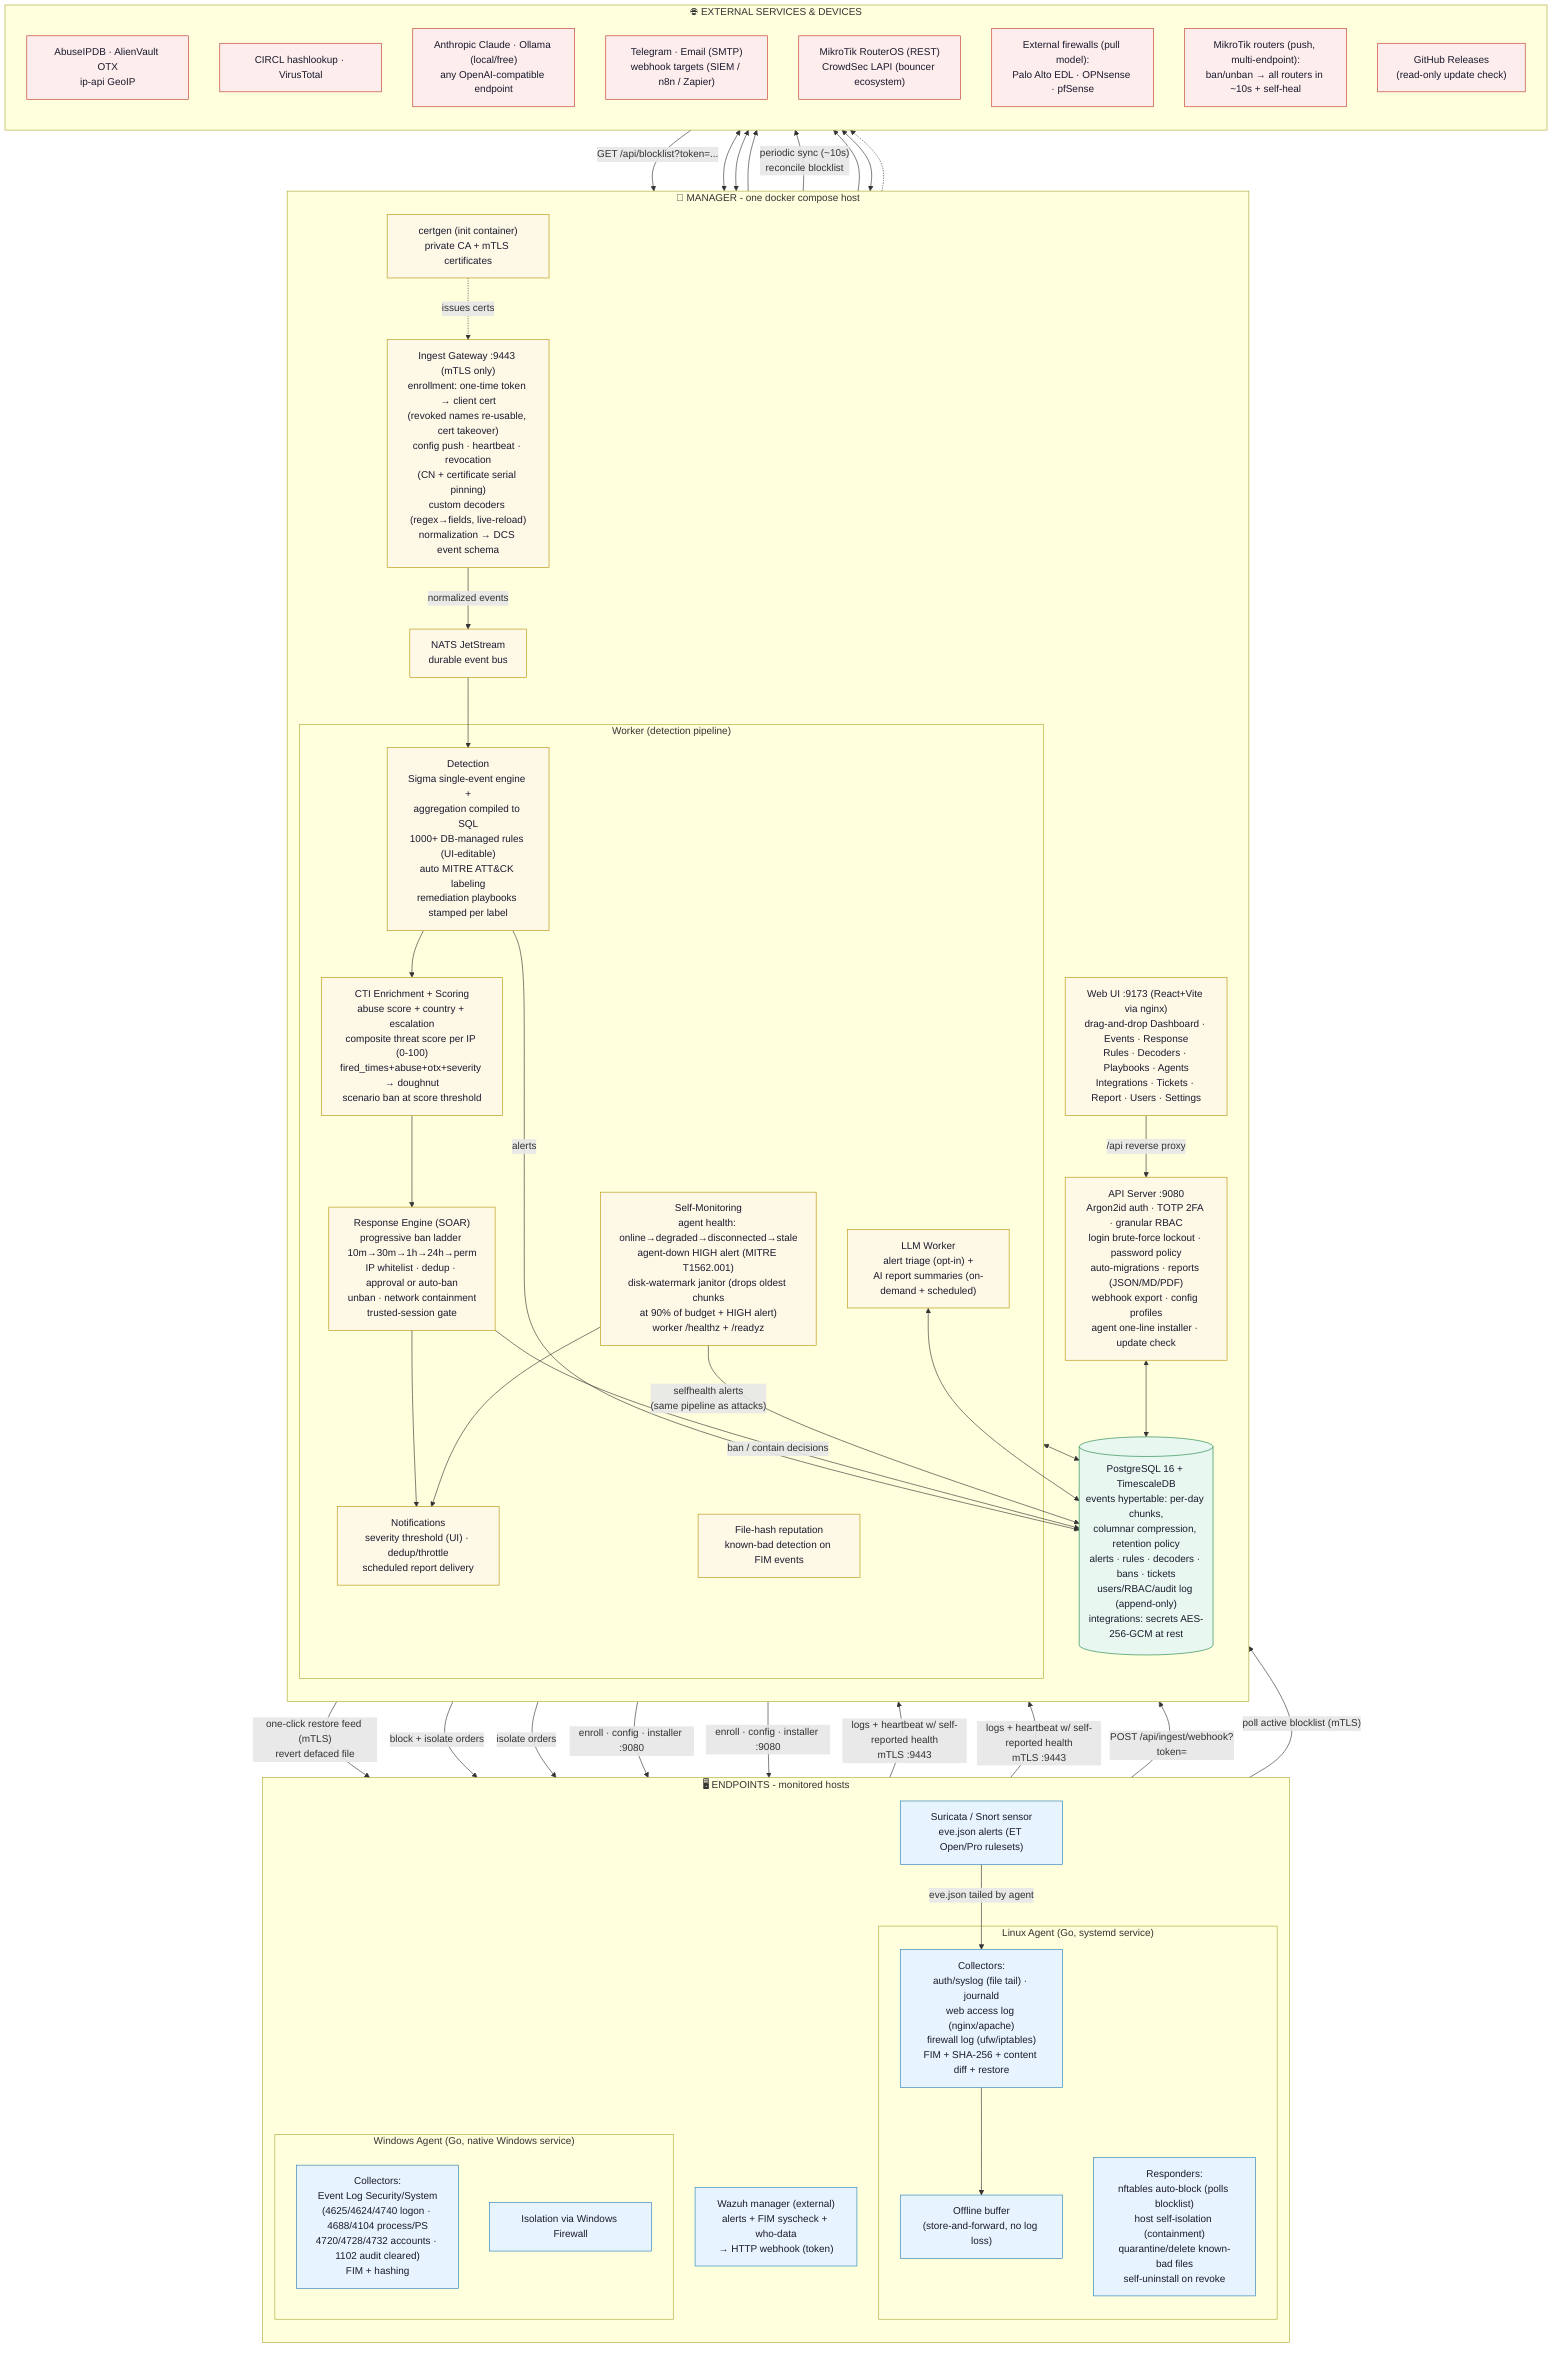
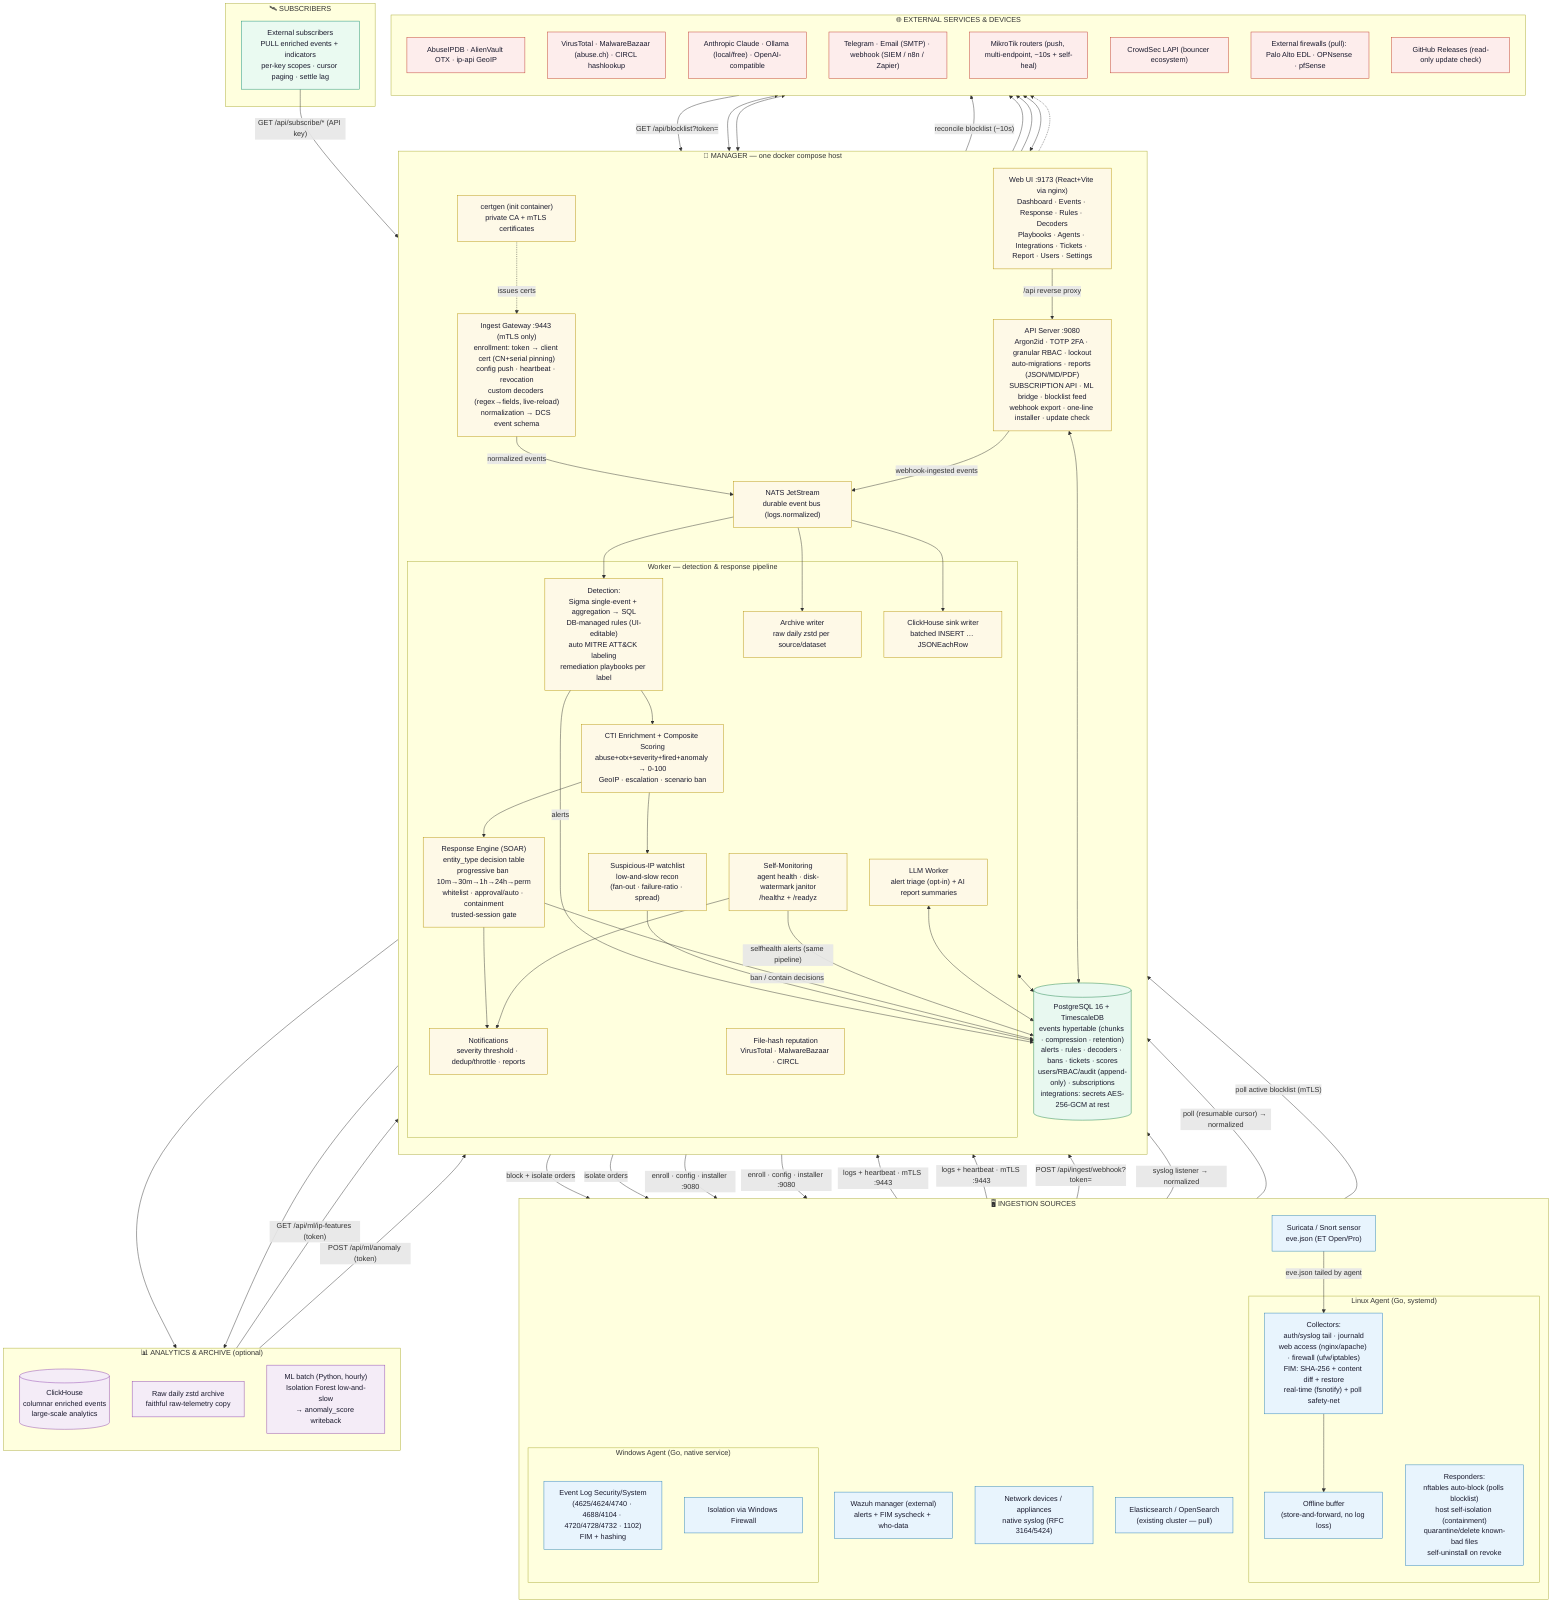
flowchart TB

-   %% ══════════════ ENDPOINTS ══════════════
-   subgraph EP["🖥️ ENDPOINTS - monitored hosts"]
+   %% ══════════════ INGESTION SOURCES ══════════════
+   subgraph SRC["🖥️ INGESTION SOURCES"]
    direction TB
-     subgraph LA["Linux Agent (Go, systemd service)"]
-       LC["Collectors:<br/>auth/syslog (file tail) · journald<br/>web access log (nginx/apache)<br/>firewall log (ufw/iptables)<br/>FIM + SHA-256 + content diff + restore"]
+     subgraph LA["Linux Agent (Go, systemd)"]
+       LC["Collectors:<br/>auth/syslog tail · journald<br/>web access (nginx/apache) · firewall (ufw/iptables)<br/>FIM: SHA-256 + content diff + restore<br/>real-time (fsnotify) + poll safety-net"]
      LB["Offline buffer<br/>(store-and-forward, no log loss)"]
      LR["Responders:<br/>nftables auto-block (polls blocklist)<br/>host self-isolation (containment)<br/>quarantine/delete known-bad files<br/>self-uninstall on revoke"]
    end
-     subgraph WA["Windows Agent (Go, native Windows service)"]
-       WC["Collectors:<br/>Event Log Security/System<br/>(4625/4624/4740 logon · 4688/4104 process/PS<br/>4720/4728/4732 accounts · 1102 audit cleared)<br/>FIM + hashing"]
+     subgraph WA["Windows Agent (Go, native service)"]
+       WC["Event Log Security/System<br/>(4625/4624/4740 · 4688/4104 · 4720/4728/4732 · 1102)<br/>FIM + hashing"]
      WR["Isolation via Windows Firewall"]
    end
-     SUR["Suricata / Snort sensor<br/>eve.json alerts (ET Open/Pro rulesets)"]
-     WZ["Wazuh manager (external)<br/>alerts + FIM syscheck + who-data<br/>→ HTTP webhook (token)"]
+     SUR["Suricata / Snort sensor<br/>eve.json (ET Open/Pro)"]
+     WZ["Wazuh manager (external)<br/>alerts + FIM syscheck + who-data"]
+     SYS["Network devices / appliances<br/>native syslog (RFC 3164/5424)"]
+     ESRC["Elasticsearch / OpenSearch<br/>(existing cluster — pull)"]
  end

  %% ══════════════ MANAGER ══════════════
-   subgraph MGR["🏰 MANAGER - one docker compose host"]
+   subgraph MGR["🏰 MANAGER — one docker compose host"]
    direction TB
    CG["certgen (init container)<br/>private CA + mTLS certificates"]
-     GW["Ingest Gateway :9443 (mTLS only)<br/>enrollment: one-time token → client cert<br/>(revoked names re-usable, cert takeover)<br/>config push · heartbeat · revocation<br/>(CN + certificate serial pinning)<br/>custom decoders (regex→fields, live-reload)<br/>normalization → DCS event schema"]
-     BUS["NATS JetStream<br/>durable event bus"]
-     subgraph WK["Worker (detection pipeline)"]
-       DET["Detection<br/>Sigma single-event engine +<br/>aggregation compiled to SQL<br/>1000+ DB-managed rules (UI-editable)<br/>auto MITRE ATT&CK labeling<br/>remediation playbooks stamped per label"]
-       ENR["CTI Enrichment + Scoring<br/>abuse score + country + escalation<br/>composite threat score per IP (0-100)<br/>fired_times+abuse+otx+severity → doughnut<br/>scenario ban at score threshold"]
-       HREP["File-hash reputation<br/>known-bad detection on FIM events"]
-       RSP["Response Engine (SOAR)<br/>progressive ban ladder 10m→30m→1h→24h→perm<br/>IP whitelist · dedup · approval or auto-ban<br/>unban · network containment<br/>trusted-session gate"]
-       NTF["Notifications<br/>severity threshold (UI) · dedup/throttle<br/>scheduled report delivery"]
-       LLMW["LLM Worker<br/>alert triage (opt-in) +<br/>AI report summaries (on-demand + scheduled)"]
-       SELF["Self-Monitoring<br/>agent health: online→degraded→disconnected→stale<br/>agent-down HIGH alert (MITRE T1562.001)<br/>disk-watermark janitor (drops oldest chunks<br/>at 90% of budget + HIGH alert)<br/>worker /healthz + /readyz"]
+     GW["Ingest Gateway :9443 (mTLS only)<br/>enrollment: token → client cert (CN+serial pinning)<br/>config push · heartbeat · revocation<br/>custom decoders (regex→fields, live-reload)<br/>normalization → DCS event schema"]
+     BUS["NATS JetStream<br/>durable event bus (logs.normalized)"]
+ 
+     subgraph WK["Worker — detection & response pipeline"]
+       DET["Detection:<br/>Sigma single-event + aggregation → SQL<br/>DB-managed rules (UI-editable)<br/>auto MITRE ATT&CK labeling<br/>remediation playbooks per label"]
+       ENR["CTI Enrichment + Composite Scoring<br/>abuse+otx+severity+fired+anomaly → 0-100<br/>GeoIP · escalation · scenario ban"]
+       SUS["Suspicious-IP watchlist<br/>low-and-slow recon<br/>(fan-out · failure-ratio · spread)"]
+       HREP["File-hash reputation<br/>VirusTotal · MalwareBazaar · CIRCL"]
+       RSP["Response Engine (SOAR)<br/>entity_type decision table<br/>progressive ban 10m→30m→1h→24h→perm<br/>whitelist · approval/auto · containment<br/>trusted-session gate"]
+       NTF["Notifications<br/>severity threshold · dedup/throttle · reports"]
+       LLMW["LLM Worker<br/>alert triage (opt-in) + AI report summaries"]
+       SELF["Self-Monitoring<br/>agent health · disk-watermark janitor<br/>/healthz + /readyz"]
+       ARCW["Archive writer<br/>raw daily zstd per source/dataset"]
+       CHW["ClickHouse sink writer<br/>batched INSERT … JSONEachRow"]
    end
-     DB[("PostgreSQL 16 + TimescaleDB<br/>events hypertable: per-day chunks,<br/>columnar compression, retention policy<br/>alerts · rules · decoders · bans · tickets<br/>users/RBAC/audit log (append-only)<br/>integrations: secrets AES-256-GCM at rest")]
-     API["API Server :9080<br/>Argon2id auth · TOTP 2FA · granular RBAC<br/>login brute-force lockout · password policy<br/>auto-migrations · reports (JSON/MD/PDF)<br/>webhook export · config profiles<br/>agent one-line installer · update check"]
-     WEB["Web UI :9173 (React+Vite via nginx)<br/>drag-and-drop Dashboard · Events · Response<br/>Rules · Decoders · Playbooks · Agents<br/>Integrations · Tickets · Report · Users · Settings"]
+ 
+     DB[("PostgreSQL 16 + TimescaleDB<br/>events hypertable (chunks · compression · retention)<br/>alerts · rules · decoders · bans · tickets · scores<br/>users/RBAC/audit (append-only) · subscriptions<br/>integrations: secrets AES-256-GCM at rest")]
+     API["API Server :9080<br/>Argon2id · TOTP 2FA · granular RBAC · lockout<br/>auto-migrations · reports (JSON/MD/PDF)<br/>SUBSCRIPTION API · ML bridge · blocklist feed<br/>webhook export · one-line installer · update check"]
+     WEB["Web UI :9173 (React+Vite via nginx)<br/>Dashboard · Events · Response · Rules · Decoders<br/>Playbooks · Agents · Integrations · Tickets · Report · Users · Settings"]
  end

-   %% ══════════════ EXTERNAL ══════════════
+   %% ══════════════ ANALYTICS & ARCHIVE (optional) ══════════════
+   subgraph AN["📊 ANALYTICS & ARCHIVE (optional)"]
+     direction TB
+     CH[("ClickHouse<br/>columnar enriched events<br/>large-scale analytics")]
+     ARC["Raw daily zstd archive<br/>faithful raw-telemetry copy"]
+     MLB["ML batch (Python, hourly)<br/>Isolation Forest low-and-slow<br/>→ anomaly_score writeback"]
+   end
+ 
+   %% ══════════════ SUBSCRIBERS (rich-log product) ══════════════
+   subgraph SUBS["🛰️ SUBSCRIBERS"]
+     SUBC["External subscribers<br/>PULL enriched events + indicators<br/>per-key scopes · cursor paging · settle lag"]
+   end
+ 
+   %% ══════════════ EXTERNAL SERVICES & DEVICES ══════════════
  subgraph EXT["🌐 EXTERNAL SERVICES & DEVICES"]
    direction TB
-     CTI["AbuseIPDB · AlienVault OTX<br/>ip-api GeoIP"]
-     HASHSVC["CIRCL hashlookup · VirusTotal"]
-     LLMP["Anthropic Claude · Ollama (local/free)<br/>any OpenAI-compatible endpoint"]
-     CHAN["Telegram · Email (SMTP)<br/>webhook targets (SIEM / n8n / Zapier)"]
-     ENF["MikroTik RouterOS (REST)<br/>CrowdSec LAPI (bouncer ecosystem)"]
-     EDL["External firewalls (pull model):<br/>Palo Alto EDL · OPNsense · pfSense"]
-     MTK["MikroTik routers (push, multi-endpoint):<br/>ban/unban → all routers in ~10s + self-heal"]
-     GH["GitHub Releases<br/>(read-only update check)"]
+     CTI["AbuseIPDB · AlienVault OTX · ip-api GeoIP"]
+     HASHSVC["VirusTotal · MalwareBazaar (abuse.ch) · CIRCL hashlookup"]
+     LLMP["Anthropic Claude · Ollama (local/free) · OpenAI-compatible"]
+     CHAN["Telegram · Email (SMTP) · webhook (SIEM / n8n / Zapier)"]
+     MTK["MikroTik routers (push, multi-endpoint, ~10s + self-heal)"]
+     BOUNCE["CrowdSec LAPI (bouncer ecosystem)"]
+     EDL["External firewalls (pull): Palo Alto EDL · OPNsense · pfSense"]
+     GH["GitHub Releases (read-only update check)"]
  end

  %% ══════════════ FLOWS ══════════════
  LC --> LB
-   LB -- "logs + heartbeat w/ self-reported health<br/>mTLS :9443" --> GW
-   WC -- "logs + heartbeat w/ self-reported health<br/>mTLS :9443" --> GW
+   LB -- "logs + heartbeat · mTLS :9443" --> GW
+   WC -- "logs + heartbeat · mTLS :9443" --> GW
  SUR -- "eve.json tailed by agent" --> LC
  WZ -- "POST /api/ingest/webhook?token=" --> API
+   SYS -- "syslog listener → normalized" --> BUS
+   ESRC -- "poll (resumable cursor) → normalized" --> BUS
  CG -.->|issues certs| GW
  GW -- "normalized events" --> BUS
+   API -- "webhook-ingested events" --> BUS
  BUS --> DET
  DET -- "alerts" --> DB
  DET --> ENR
  ENR <--> CTI
+   ENR --> SUS
  HREP <--> HASHSVC
  ENR --> RSP
+   SUS --> DB
  RSP -- "ban / contain decisions" --> DB
  RSP --> NTF
-   RSP --> ENF
-   RSP -- "periodic sync (~10s)<br/>reconcile blocklist" --> MTK
-   GW -- "one-click restore feed (mTLS)<br/>revert defaced file" --> LR
+   RSP -- "reconcile blocklist (~10s)" --> MTK
+   RSP --> BOUNCE
  NTF --> CHAN
-   SELF -- "selfhealth alerts<br/>(same pipeline as attacks)" --> DB
+   SELF -- "selfhealth alerts (same pipeline)" --> DB
  SELF --> NTF
  LLMW <--> LLMP
  LLMW <--> DB
+   BUS --> ARCW
+   BUS --> CHW
+   ARCW --> ARC
+   CHW --> CH
  WK <--> DB
  API <--> DB
+   MLB -- "GET /api/ml/ip-features (token)" --> API
+   MLB -- "POST /api/ml/anomaly (token)" --> API
  WEB -- "/api reverse proxy" --> API
  API -- "enroll · config · installer :9080" --> LA
  API -- "enroll · config · installer :9080" --> WA
  LR -- "poll active blocklist (mTLS)" --> GW
  GW -- "block + isolate orders" --> LR
  GW -- "isolate orders" --> WR
-   EDL -- "GET /api/blocklist?token=..." --> API
+   SUBC -- "GET /api/subscribe/* (API key)" --> API
+   EDL -- "GET /api/blocklist?token=" --> API
  API -.-> GH

  %% ══════════════ STYLES ══════════════
  classDef endpoint fill:#e8f4fd,stroke:#2980b9,color:#1a1a2e
  classDef manager fill:#fef9e7,stroke:#b7950b,color:#1a1a2e
  classDef storage fill:#e8f8f0,stroke:#1e8449,color:#1a1a2e
+   classDef analytics fill:#f4ecf7,stroke:#8e44ad,color:#1a1a2e
  classDef external fill:#fdedec,stroke:#c0392b,color:#1a1a2e
-   class LC,LB,LR,WC,WR,SUR,WZ endpoint
-   class CG,GW,BUS,DET,ENR,HREP,RSP,NTF,LLMW,SELF,API,WEB manager
+   classDef subscriber fill:#eafaf1,stroke:#148f77,color:#1a1a2e
+   class LC,LB,LR,WC,WR,SUR,WZ,SYS,ESRC endpoint
+   class CG,GW,BUS,DET,ENR,SUS,HREP,RSP,NTF,LLMW,SELF,ARCW,CHW,API,WEB manager
  class DB storage
-   class CTI,HASHSVC,LLMP,CHAN,ENF,EDL,MTK,GH external
+   class CH,ARC,MLB analytics
+   class CTI,HASHSVC,LLMP,CHAN,MTK,BOUNCE,EDL,GH external
+   class SUBC subscriber
